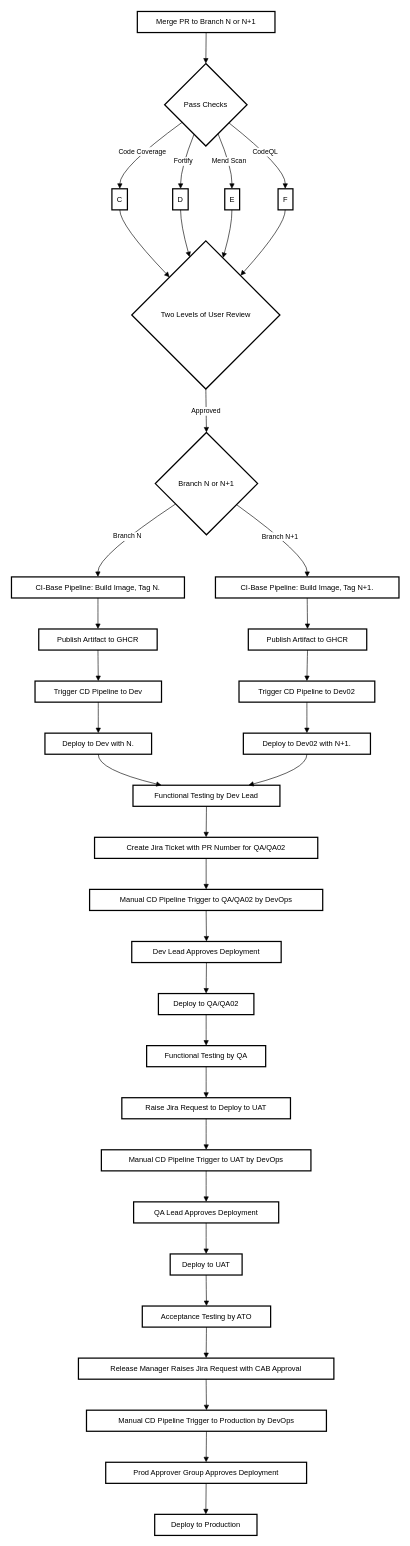
The draw.io diagram UML.drawio in kanchan2008/testcoverage, before the edit. Source tidied: cells renumbered, new cells numbered last; positions are measured from the earlier drawing's top-left corner, leaving out a move shared by most shapes. Both pictures are drawn from the tidied source at 62%, with x=0, y=0 at pixel (11, 11).
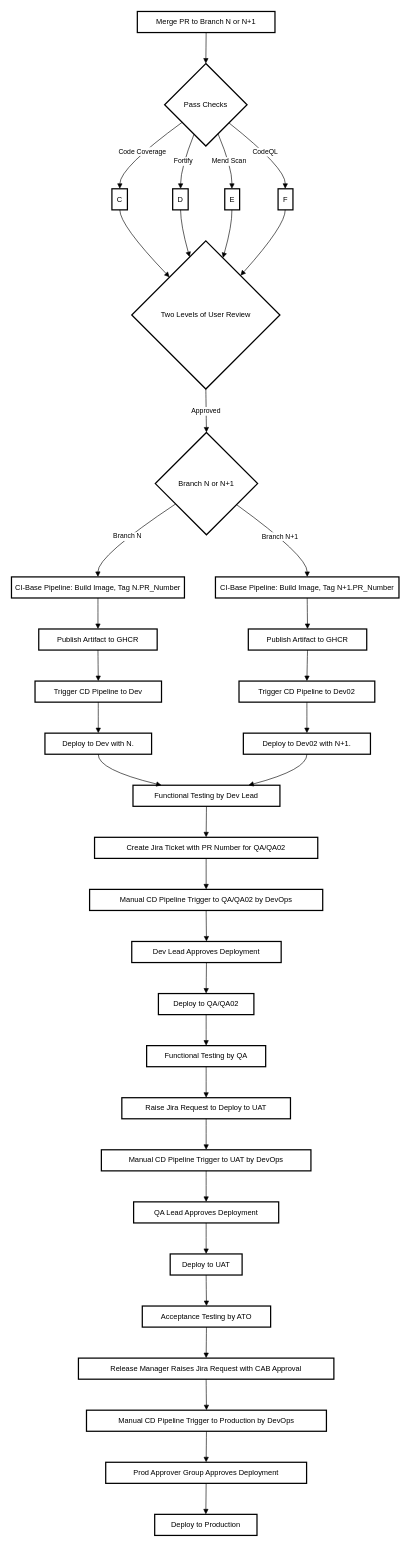
After the change.

Diff of the diagram source:
```diff
@@
-    <mxCell id="10" value="CI-Base Pipeline: Build Image, Tag N." style="whiteSpace=wrap;strokeWidth=2;" parent="1" vertex="1">
+    <mxCell id="10" value="CI-Base Pipeline: Build Image, Tag N.PR_Number" style="whiteSpace=wrap;strokeWidth=2;" parent="1" vertex="1">
       <mxGeometry y="912" width="279" height="34" as="geometry" />
     </mxCell>
-    <mxCell id="11" value="CI-Base Pipeline: Build Image, Tag N+1." style="whiteSpace=wrap;strokeWidth=2;" parent="1" vertex="1">
+    <mxCell id="11" value="CI-Base Pipeline: Build Image, Tag N+1.PR_Number" style="whiteSpace=wrap;strokeWidth=2;" parent="1" vertex="1">
       <mxGeometry x="329" y="912" width="296" height="34" as="geometry" />
     </mxCell>
```
